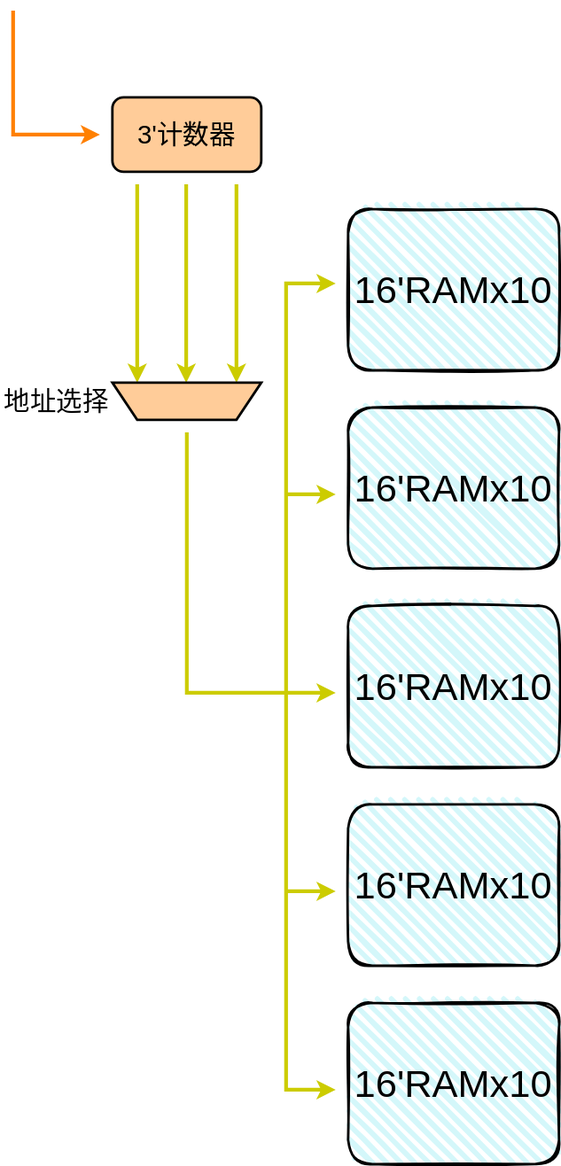
This is humanmachine/CONTROL.drawio.svg from Raspberry-NQ/human-8bit-CPU, a draw.io export, as it was before one commit. Source tidied: cells renumbered, new cells last; positions are measured from the earlier drawing's top-left corner, leaving out a move shared by most shapes.
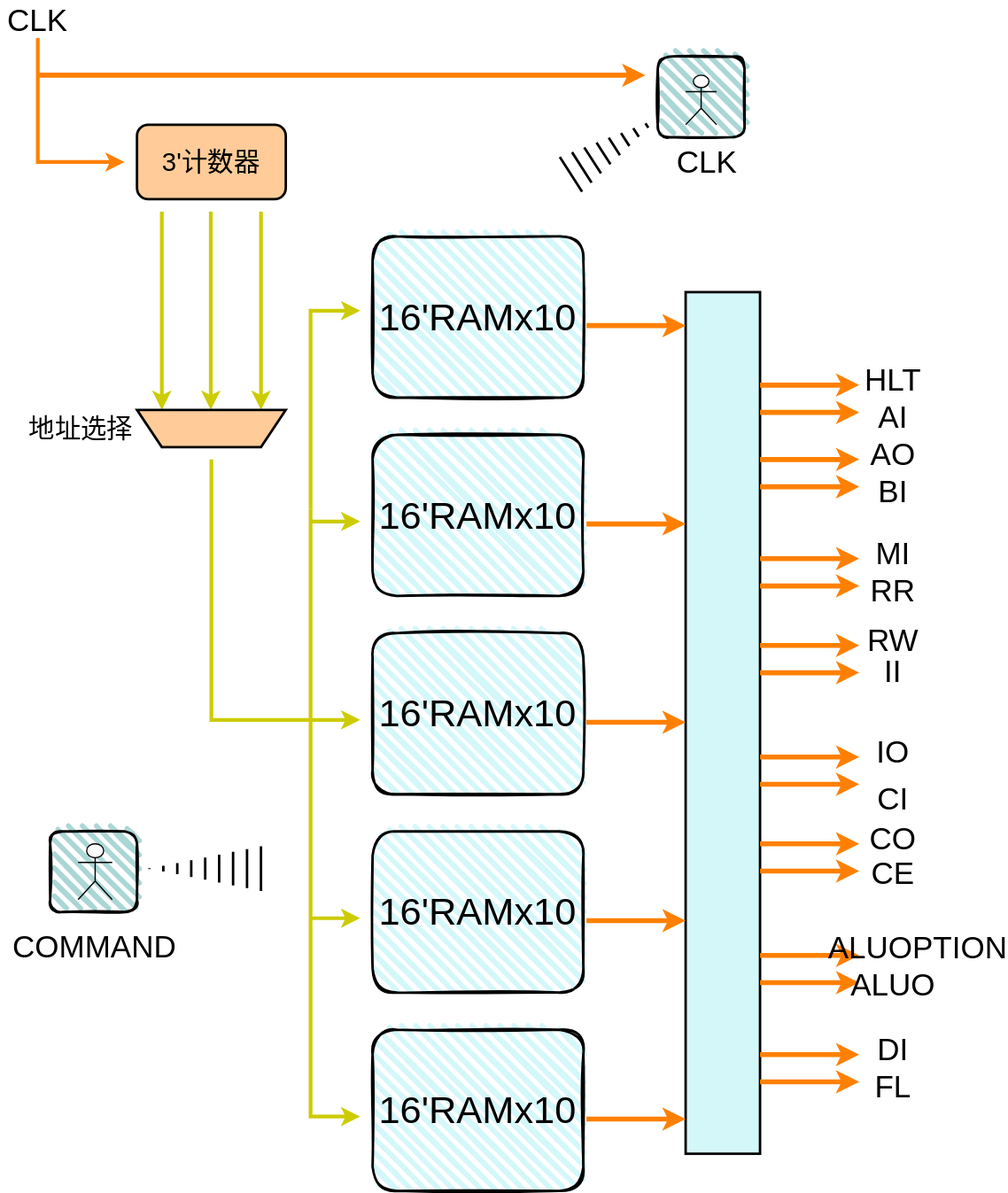
After the change.

Diff of the diagram source:
```diff
@@ -101,5 +101,221 @@
         </Array>
       </mxGeometry>
     </mxCell>
+    <mxCell id="20" style="rounded=1;whiteSpace=wrap;html=1;strokeWidth=2;fillWeight=4;hachureGap=8;hachureAngle=45;fillColor=#ABD6D6;sketch=1;fillStyle=hachure;fontSize=24;" parent="1" vertex="1">
+      <mxGeometry x="510" y="15" width="70" height="65" as="geometry" />
+    </mxCell>
+    <mxCell id="21" style="shape=mxgraph.arrows2.wedgeArrowDashed;html=1;rounded=0;fontSize=24;strokeWidth=2;" parent="1" edge="1">
+      <mxGeometry relative="1" as="geometry">
+        <mxPoint x="440" y="110" as="sourcePoint" />
+        <mxPoint x="510" y="65" as="targetPoint" />
+      </mxGeometry>
+    </mxCell>
+    <mxCell id="22" style="shape=umlActor;verticalLabelPosition=bottom;verticalAlign=top;html=1;fontSize=24;fillColor=#FFFFFF;" parent="1" vertex="1">
+      <mxGeometry x="532.5" y="30" width="25" height="40" as="geometry" />
+    </mxCell>
+    <mxCell id="23" value="&lt;font style=&quot;font-size: 25px&quot;&gt;CLK&lt;/font&gt;" style="text;html=1;strokeColor=none;fillColor=none;align=center;verticalAlign=middle;whiteSpace=wrap;rounded=0;fillStyle=hachure;fontSize=24;" parent="1" vertex="1">
+      <mxGeometry x="520" y="90" width="60" height="20" as="geometry" />
+    </mxCell>
+    <mxCell id="24" style="endArrow=classic;html=1;rounded=0;fontSize=25;strokeColor=#FF8000;strokeWidth=4;" parent="1" edge="1">
+      <mxGeometry relative="1" as="geometry">
+        <mxPoint x="10" y="30" as="sourcePoint" />
+        <mxPoint x="500" y="30" as="targetPoint" />
+      </mxGeometry>
+    </mxCell>
+    <mxCell id="25" value="CLK" style="text;html=1;strokeColor=none;fillColor=none;align=center;verticalAlign=middle;whiteSpace=wrap;rounded=0;fontSize=25;" parent="1" vertex="1">
+      <mxGeometry x="-20" y="-30" width="60" height="30" as="geometry" />
+    </mxCell>
+    <mxCell id="26" style="rounded=1;whiteSpace=wrap;html=1;strokeWidth=2;fillWeight=4;hachureGap=8;hachureAngle=45;fillColor=#ABD6D6;sketch=1;fillStyle=hachure;fontSize=24;" parent="1" vertex="1">
+      <mxGeometry x="20" y="640" width="70" height="65" as="geometry" />
+    </mxCell>
+    <mxCell id="27" style="shape=mxgraph.arrows2.wedgeArrowDashed;html=1;rounded=0;fontSize=24;strokeWidth=2;" parent="1" edge="1">
+      <mxGeometry relative="1" as="geometry">
+        <mxPoint x="190" y="670" as="sourcePoint" />
+        <mxPoint x="100" y="670" as="targetPoint" />
+      </mxGeometry>
+    </mxCell>
+    <mxCell id="28" style="shape=umlActor;verticalLabelPosition=bottom;verticalAlign=top;html=1;fontSize=24;fillColor=#FFFFFF;" parent="1" vertex="1">
+      <mxGeometry x="42.5" y="650" width="27.5" height="45" as="geometry" />
+    </mxCell>
+    <mxCell id="29" value="&lt;font style=&quot;font-size: 25px&quot;&gt;COMMAND&lt;/font&gt;" style="text;html=1;strokeColor=none;fillColor=none;align=center;verticalAlign=middle;whiteSpace=wrap;rounded=0;fillStyle=hachure;fontSize=24;" parent="1" vertex="1">
+      <mxGeometry x="-18.8" y="705" width="150" height="55" as="geometry" />
+    </mxCell>
+    <mxCell id="30" style="rounded=0;whiteSpace=wrap;html=1;fontSize=25;strokeWidth=2;fillColor=#D4F7FA;" parent="1" vertex="1">
+      <mxGeometry x="532.5" y="205" width="60" height="695" as="geometry" />
+    </mxCell>
+    <mxCell id="31" style="endArrow=classic;html=1;rounded=0;fontSize=25;strokeColor=#FF8000;strokeWidth=4;" parent="1" edge="1">
+      <mxGeometry relative="1" as="geometry">
+        <mxPoint x="452.5" y="232" as="sourcePoint" />
+        <mxPoint x="532.5" y="232" as="targetPoint" />
+      </mxGeometry>
+    </mxCell>
+    <mxCell id="32" style="endArrow=classic;html=1;rounded=0;fontSize=25;strokeColor=#FF8000;strokeWidth=4;" parent="1" edge="1">
+      <mxGeometry relative="1" as="geometry">
+        <mxPoint x="452.5" y="392" as="sourcePoint" />
+        <mxPoint x="532.5" y="392" as="targetPoint" />
+      </mxGeometry>
+    </mxCell>
+    <mxCell id="33" style="endArrow=classic;html=1;rounded=0;fontSize=25;strokeColor=#FF8000;strokeWidth=4;" parent="1" edge="1">
+      <mxGeometry relative="1" as="geometry">
+        <mxPoint x="452.5" y="552" as="sourcePoint" />
+        <mxPoint x="532.5" y="552" as="targetPoint" />
+      </mxGeometry>
+    </mxCell>
+    <mxCell id="34" style="endArrow=classic;html=1;rounded=0;fontSize=25;strokeColor=#FF8000;strokeWidth=4;" parent="1" edge="1">
+      <mxGeometry relative="1" as="geometry">
+        <mxPoint x="452.5" y="712" as="sourcePoint" />
+        <mxPoint x="532.5" y="712" as="targetPoint" />
+      </mxGeometry>
+    </mxCell>
+    <mxCell id="35" style="endArrow=classic;html=1;rounded=0;fontSize=25;strokeColor=#FF8000;strokeWidth=4;" parent="1" edge="1">
+      <mxGeometry relative="1" as="geometry">
+        <mxPoint x="452.5" y="872" as="sourcePoint" />
+        <mxPoint x="532.5" y="872" as="targetPoint" />
+      </mxGeometry>
+    </mxCell>
+    <mxCell id="36" style="endArrow=classic;html=1;rounded=0;fontSize=25;strokeColor=#FF8000;strokeWidth=4;" parent="1" edge="1">
+      <mxGeometry relative="1" as="geometry">
+        <mxPoint x="592.5" y="302" as="sourcePoint" />
+        <mxPoint x="672.5" y="302" as="targetPoint" />
+      </mxGeometry>
+    </mxCell>
+    <mxCell id="37" style="endArrow=classic;html=1;rounded=0;fontSize=25;strokeColor=#FF8000;strokeWidth=4;" parent="1" edge="1">
+      <mxGeometry relative="1" as="geometry">
+        <mxPoint x="592.5" y="442" as="sourcePoint" />
+        <mxPoint x="672.5" y="442" as="targetPoint" />
+      </mxGeometry>
+    </mxCell>
+    <mxCell id="38" style="endArrow=classic;html=1;rounded=0;fontSize=25;strokeColor=#FF8000;strokeWidth=4;" parent="1" edge="1">
+      <mxGeometry relative="1" as="geometry">
+        <mxPoint x="592.5" y="602" as="sourcePoint" />
+        <mxPoint x="672.5" y="602" as="targetPoint" />
+      </mxGeometry>
+    </mxCell>
+    <mxCell id="39" style="endArrow=classic;html=1;rounded=0;fontSize=25;strokeColor=#FF8000;strokeWidth=4;" parent="1" edge="1">
+      <mxGeometry relative="1" as="geometry">
+        <mxPoint x="592.5" y="762" as="sourcePoint" />
+        <mxPoint x="672.5" y="762" as="targetPoint" />
+      </mxGeometry>
+    </mxCell>
+    <mxCell id="40" style="endArrow=classic;html=1;rounded=0;fontSize=25;strokeColor=#FF8000;strokeWidth=4;" parent="1" edge="1">
+      <mxGeometry relative="1" as="geometry">
+        <mxPoint x="592.5" y="280" as="sourcePoint" />
+        <mxPoint x="672.5" y="280" as="targetPoint" />
+      </mxGeometry>
+    </mxCell>
+    <mxCell id="41" style="endArrow=classic;html=1;rounded=0;fontSize=25;strokeColor=#FF8000;strokeWidth=4;" parent="1" edge="1">
+      <mxGeometry relative="1" as="geometry">
+        <mxPoint x="592.5" y="420" as="sourcePoint" />
+        <mxPoint x="672.5" y="420" as="targetPoint" />
+      </mxGeometry>
+    </mxCell>
+    <mxCell id="42" style="endArrow=classic;html=1;rounded=0;fontSize=25;strokeColor=#FF8000;strokeWidth=4;" parent="1" edge="1">
+      <mxGeometry relative="1" as="geometry">
+        <mxPoint x="592.5" y="580" as="sourcePoint" />
+        <mxPoint x="672.5" y="580" as="targetPoint" />
+      </mxGeometry>
+    </mxCell>
+    <mxCell id="43" style="endArrow=classic;html=1;rounded=0;fontSize=25;strokeColor=#FF8000;strokeWidth=4;" parent="1" edge="1">
+      <mxGeometry relative="1" as="geometry">
+        <mxPoint x="592.5" y="740" as="sourcePoint" />
+        <mxPoint x="672.5" y="740" as="targetPoint" />
+      </mxGeometry>
+    </mxCell>
+    <mxCell id="44" style="endArrow=classic;html=1;rounded=0;fontSize=25;strokeColor=#FF8000;strokeWidth=4;" parent="1" edge="1">
+      <mxGeometry relative="1" as="geometry">
+        <mxPoint x="592.5" y="362" as="sourcePoint" />
+        <mxPoint x="672.5" y="362" as="targetPoint" />
+      </mxGeometry>
+    </mxCell>
+    <mxCell id="45" style="endArrow=classic;html=1;rounded=0;fontSize=25;strokeColor=#FF8000;strokeWidth=4;" parent="1" edge="1">
+      <mxGeometry relative="1" as="geometry">
+        <mxPoint x="592.5" y="340" as="sourcePoint" />
+        <mxPoint x="672.5" y="340" as="targetPoint" />
+      </mxGeometry>
+    </mxCell>
+    <mxCell id="46" style="endArrow=classic;html=1;rounded=0;fontSize=25;strokeColor=#FF8000;strokeWidth=4;" parent="1" edge="1">
+      <mxGeometry relative="1" as="geometry">
+        <mxPoint x="592.5" y="512" as="sourcePoint" />
+        <mxPoint x="672.5" y="512" as="targetPoint" />
+      </mxGeometry>
+    </mxCell>
+    <mxCell id="47" style="endArrow=classic;html=1;rounded=0;fontSize=25;strokeColor=#FF8000;strokeWidth=4;" parent="1" edge="1">
+      <mxGeometry relative="1" as="geometry">
+        <mxPoint x="592.5" y="490" as="sourcePoint" />
+        <mxPoint x="672.5" y="490" as="targetPoint" />
+      </mxGeometry>
+    </mxCell>
+    <mxCell id="48" style="endArrow=classic;html=1;rounded=0;fontSize=25;strokeColor=#FF8000;strokeWidth=4;" parent="1" edge="1">
+      <mxGeometry relative="1" as="geometry">
+        <mxPoint x="592.5" y="672" as="sourcePoint" />
+        <mxPoint x="672.5" y="672" as="targetPoint" />
+      </mxGeometry>
+    </mxCell>
+    <mxCell id="49" style="endArrow=classic;html=1;rounded=0;fontSize=25;strokeColor=#FF8000;strokeWidth=4;" parent="1" edge="1">
+      <mxGeometry relative="1" as="geometry">
+        <mxPoint x="592.5" y="650" as="sourcePoint" />
+        <mxPoint x="672.5" y="650" as="targetPoint" />
+      </mxGeometry>
+    </mxCell>
+    <mxCell id="50" style="endArrow=classic;html=1;rounded=0;fontSize=25;strokeColor=#FF8000;strokeWidth=4;" parent="1" edge="1">
+      <mxGeometry relative="1" as="geometry">
+        <mxPoint x="592.5" y="842" as="sourcePoint" />
+        <mxPoint x="672.5" y="842" as="targetPoint" />
+      </mxGeometry>
+    </mxCell>
+    <mxCell id="51" style="endArrow=classic;html=1;rounded=0;fontSize=25;strokeColor=#FF8000;strokeWidth=4;" parent="1" edge="1">
+      <mxGeometry relative="1" as="geometry">
+        <mxPoint x="592.5" y="820" as="sourcePoint" />
+        <mxPoint x="672.5" y="820" as="targetPoint" />
+      </mxGeometry>
+    </mxCell>
+    <mxCell id="52" value="HLT" style="text;html=1;strokeColor=none;fillColor=none;align=center;verticalAlign=middle;whiteSpace=wrap;rounded=0;fontSize=25;" parent="1" vertex="1">
+      <mxGeometry x="670" y="260" width="60" height="30" as="geometry" />
+    </mxCell>
+    <mxCell id="53" value="AI" style="text;html=1;strokeColor=none;fillColor=none;align=center;verticalAlign=middle;whiteSpace=wrap;rounded=0;fontSize=25;" parent="1" vertex="1">
+      <mxGeometry x="670" y="290" width="60" height="30" as="geometry" />
+    </mxCell>
+    <mxCell id="54" value="AO" style="text;html=1;strokeColor=none;fillColor=none;align=center;verticalAlign=middle;whiteSpace=wrap;rounded=0;fontSize=25;" parent="1" vertex="1">
+      <mxGeometry x="670" y="320" width="60" height="30" as="geometry" />
+    </mxCell>
+    <mxCell id="55" value="BI" style="text;html=1;strokeColor=none;fillColor=none;align=center;verticalAlign=middle;whiteSpace=wrap;rounded=0;fontSize=25;" parent="1" vertex="1">
+      <mxGeometry x="670" y="350" width="60" height="30" as="geometry" />
+    </mxCell>
+    <mxCell id="56" value="FL" style="text;html=1;strokeColor=none;fillColor=none;align=center;verticalAlign=middle;whiteSpace=wrap;rounded=0;fontSize=25;" parent="1" vertex="1">
+      <mxGeometry x="670" y="830" width="60" height="30" as="geometry" />
+    </mxCell>
+    <mxCell id="57" value="MI" style="text;html=1;strokeColor=none;fillColor=none;align=center;verticalAlign=middle;whiteSpace=wrap;rounded=0;fontSize=25;" parent="1" vertex="1">
+      <mxGeometry x="670" y="400" width="60" height="30" as="geometry" />
+    </mxCell>
+    <mxCell id="58" value="RR" style="text;html=1;strokeColor=none;fillColor=none;align=center;verticalAlign=middle;whiteSpace=wrap;rounded=0;fontSize=25;" parent="1" vertex="1">
+      <mxGeometry x="670" y="430" width="60" height="30" as="geometry" />
+    </mxCell>
+    <mxCell id="59" value="RW" style="text;html=1;strokeColor=none;fillColor=none;align=center;verticalAlign=middle;whiteSpace=wrap;rounded=0;fontSize=25;" parent="1" vertex="1">
+      <mxGeometry x="670" y="470" width="60" height="30" as="geometry" />
+    </mxCell>
+    <mxCell id="60" value="II" style="text;html=1;strokeColor=none;fillColor=none;align=center;verticalAlign=middle;whiteSpace=wrap;rounded=0;fontSize=25;" parent="1" vertex="1">
+      <mxGeometry x="670" y="494.5" width="60" height="30" as="geometry" />
+    </mxCell>
+    <mxCell id="61" value="IO" style="text;html=1;strokeColor=none;fillColor=none;align=center;verticalAlign=middle;whiteSpace=wrap;rounded=0;fontSize=25;" parent="1" vertex="1">
+      <mxGeometry x="670" y="560" width="60" height="30" as="geometry" />
+    </mxCell>
+    <mxCell id="62" value="CO" style="text;html=1;strokeColor=none;fillColor=none;align=center;verticalAlign=middle;whiteSpace=wrap;rounded=0;fontSize=25;" parent="1" vertex="1">
+      <mxGeometry x="670" y="630" width="60" height="30" as="geometry" />
+    </mxCell>
+    <mxCell id="63" value="CI" style="text;html=1;strokeColor=none;fillColor=none;align=center;verticalAlign=middle;whiteSpace=wrap;rounded=0;fontSize=25;" parent="1" vertex="1">
+      <mxGeometry x="670" y="597.5" width="60" height="30" as="geometry" />
+    </mxCell>
+    <mxCell id="64" value="CE" style="text;html=1;strokeColor=none;fillColor=none;align=center;verticalAlign=middle;whiteSpace=wrap;rounded=0;fontSize=25;" parent="1" vertex="1">
+      <mxGeometry x="670" y="657.5" width="60" height="30" as="geometry" />
+    </mxCell>
+    <mxCell id="65" value="ALUOPTION" style="text;html=1;strokeColor=none;fillColor=none;align=center;verticalAlign=middle;whiteSpace=wrap;rounded=0;fontSize=25;" parent="1" vertex="1">
+      <mxGeometry x="690" y="717.5" width="60" height="30" as="geometry" />
+    </mxCell>
+    <mxCell id="66" value="ALUO" style="text;html=1;strokeColor=none;fillColor=none;align=center;verticalAlign=middle;whiteSpace=wrap;rounded=0;fontSize=25;" parent="1" vertex="1">
+      <mxGeometry x="670" y="747.5" width="60" height="30" as="geometry" />
+    </mxCell>
+    <mxCell id="67" value="DI" style="text;html=1;strokeColor=none;fillColor=none;align=center;verticalAlign=middle;whiteSpace=wrap;rounded=0;fontSize=25;" parent="1" vertex="1">
+      <mxGeometry x="670" y="800" width="60" height="30" as="geometry" />
+    </mxCell>
   </root>
 </mxGraphModel>
```
